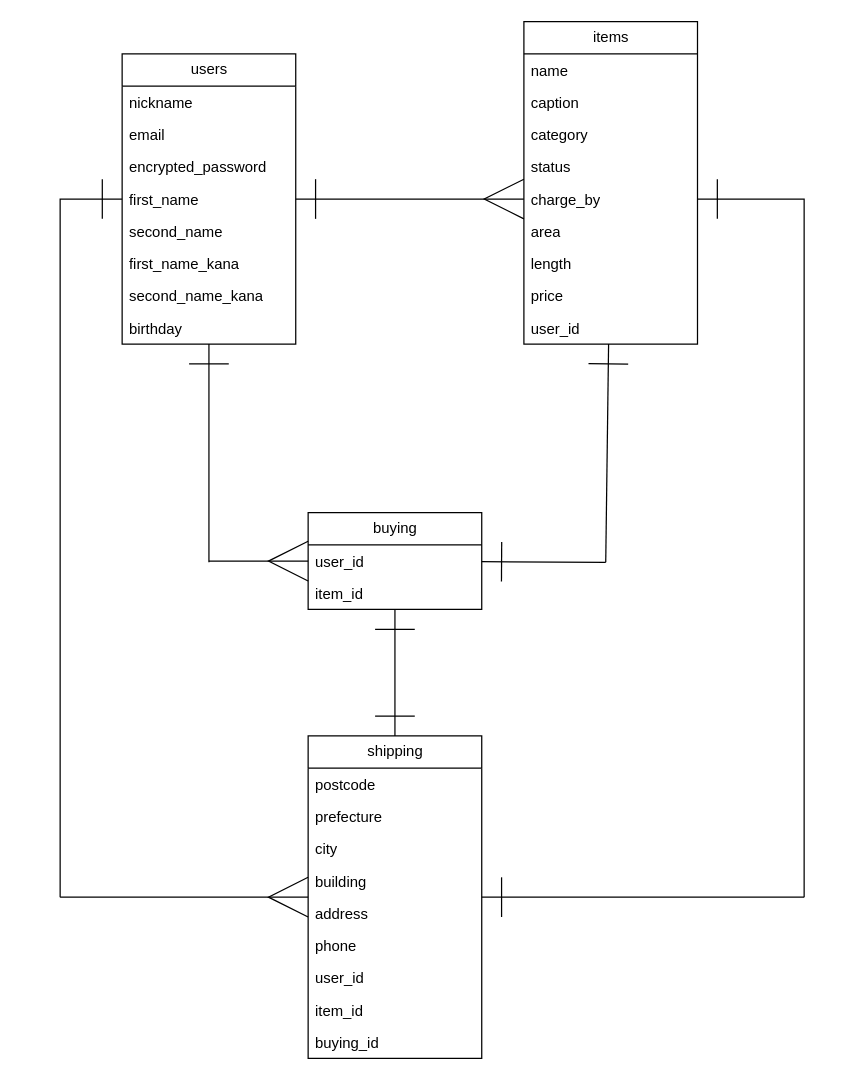
Earlier version of the draw.io diagram datebase.dio (YK1217/furima-42059). Source tidied: cells renumbered, new cells numbered last; positions are measured from the earlier drawing's top-left corner, leaving out a move shared by most shapes. Both pictures are drawn from the tidied source at 124%, with x=0, y=0 at pixel (60, 21).
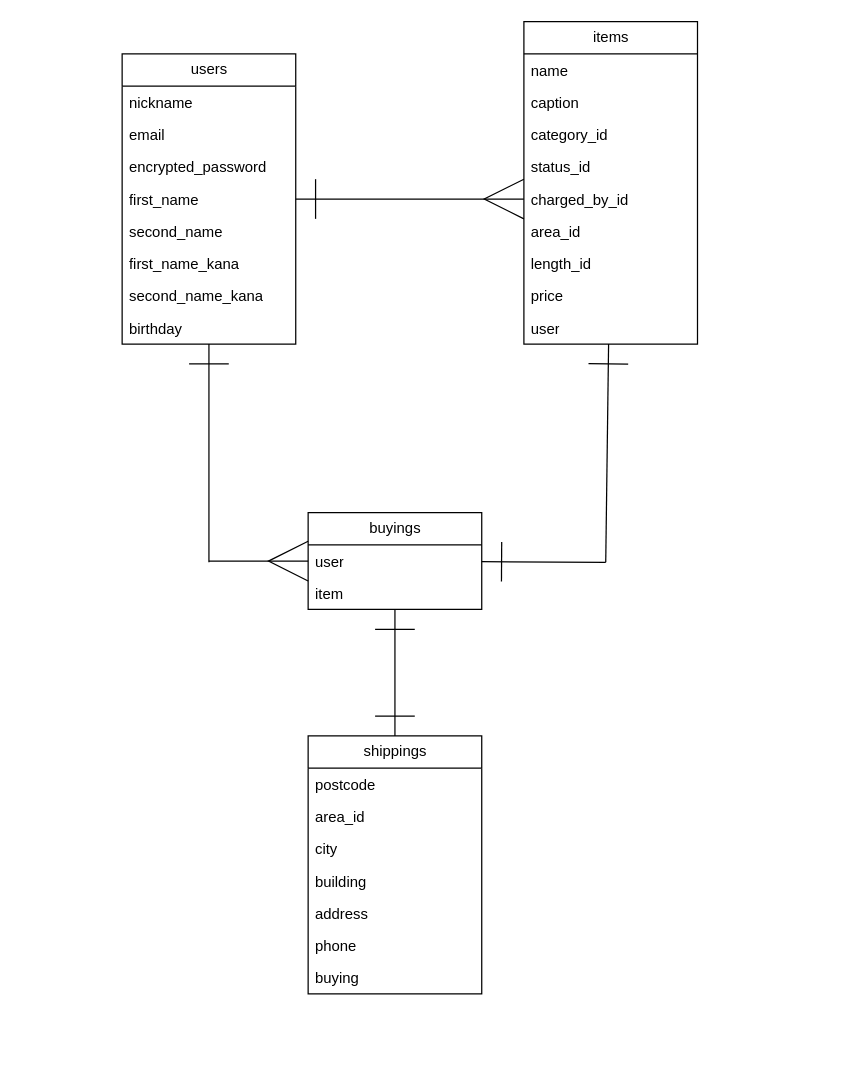
After the change.

Commit message (it also covers changes not shown here):
userモデルのアソシエーションの修正

The change refers to these unchanged cells:
```xml
<mxCell id="8" value="first_name" style="text;strokeColor=none;fillColor=none;align=left;verticalAlign=top;spacingLeft=4;spacingRight=4;overflow=hidden;points=[[0,0.5],[1,0.5]];portConstraint=eastwest;whiteSpace=wrap;html=1;" parent="4" vertex="1">
  <mxGeometry y="104" width="140" height="26" as="geometry" />
</mxCell>
<mxCell id="14" value="items" style="swimlane;fontStyle=0;horizontal=1;startSize=26;fillColor=none;html=1;" parent="1" vertex="1">
  <mxGeometry x="374" width="140" height="260" as="geometry" />
</mxCell>
```

What changed in the source:
```diff
@@
-    <mxCell id="17" value="category" style="text;strokeColor=none;fillColor=none;align=left;verticalAlign=top;spacingLeft=4;spacingRight=4;overflow=hidden;whiteSpace=wrap;html=1;" parent="14" vertex="1">
+    <mxCell id="17" value="category_id" style="text;strokeColor=none;fillColor=none;align=left;verticalAlign=top;spacingLeft=4;spacingRight=4;overflow=hidden;whiteSpace=wrap;html=1;" parent="14" vertex="1">
       <mxGeometry y="78" width="140" height="26" as="geometry" />
     </mxCell>
-    <mxCell id="18" value="status" style="text;strokeColor=none;fillColor=none;align=left;verticalAlign=top;spacingLeft=4;spacingRight=4;overflow=hidden;whiteSpace=wrap;html=1;" parent="14" vertex="1">
+    <mxCell id="18" value="status_id" style="text;strokeColor=none;fillColor=none;align=left;verticalAlign=top;spacingLeft=4;spacingRight=4;overflow=hidden;whiteSpace=wrap;html=1;" parent="14" vertex="1">
       <mxGeometry y="104" width="140" height="26" as="geometry" />
     </mxCell>
-    <mxCell id="19" value="charge_by" style="text;strokeColor=none;fillColor=none;align=left;verticalAlign=top;spacingLeft=4;spacingRight=4;overflow=hidden;points=[[0,0.5],[1,0.5]];portConstraint=eastwest;whiteSpace=wrap;html=1;" parent="14" vertex="1">
+    <mxCell id="19" value="charged_by_id" style="text;strokeColor=none;fillColor=none;align=left;verticalAlign=top;spacingLeft=4;spacingRight=4;overflow=hidden;points=[[0,0.5],[1,0.5]];portConstraint=eastwest;whiteSpace=wrap;html=1;" parent="14" vertex="1">
       <mxGeometry y="130" width="140" height="26" as="geometry" />
     </mxCell>
-    <mxCell id="20" value="area" style="text;strokeColor=none;fillColor=none;align=left;verticalAlign=top;spacingLeft=4;spacingRight=4;overflow=hidden;whiteSpace=wrap;html=1;" parent="14" vertex="1">
+    <mxCell id="20" value="area_id" style="text;strokeColor=none;fillColor=none;align=left;verticalAlign=top;spacingLeft=4;spacingRight=4;overflow=hidden;whiteSpace=wrap;html=1;" parent="14" vertex="1">
       <mxGeometry y="156" width="140" height="26" as="geometry" />
     </mxCell>
-    <mxCell id="21" value="length" style="text;strokeColor=none;fillColor=none;align=left;verticalAlign=top;spacingLeft=4;spacingRight=4;overflow=hidden;whiteSpace=wrap;html=1;" parent="14" vertex="1">
+    <mxCell id="21" value="length_id" style="text;strokeColor=none;fillColor=none;align=left;verticalAlign=top;spacingLeft=4;spacingRight=4;overflow=hidden;whiteSpace=wrap;html=1;" parent="14" vertex="1">
       <mxGeometry y="182" width="140" height="26" as="geometry" />
     </mxCell>
@@
-    <mxCell id="23" value="user_id" style="text;strokeColor=none;fillColor=none;align=left;verticalAlign=top;spacingLeft=4;spacingRight=4;overflow=hidden;whiteSpace=wrap;html=1;" parent="14" vertex="1">
+    <mxCell id="23" value="user" style="text;strokeColor=none;fillColor=none;align=left;verticalAlign=top;spacingLeft=4;spacingRight=4;overflow=hidden;whiteSpace=wrap;html=1;" parent="14" vertex="1">
       <mxGeometry y="234" width="140" height="26" as="geometry" />
     </mxCell>
@@
-    <mxCell id="26" value="buying" style="swimlane;fontStyle=0;horizontal=1;startSize=26;fillColor=none;html=1;" parent="1" vertex="1">
+    <mxCell id="26" value="buyings" style="swimlane;fontStyle=0;horizontal=1;startSize=26;fillColor=none;html=1;" parent="1" vertex="1">
       <mxGeometry x="200" y="396" width="140" height="78" as="geometry" />
     </mxCell>
@@
-    <mxCell id="28" value="user_id" style="text;strokeColor=none;fillColor=none;align=left;verticalAlign=top;spacingLeft=4;spacingRight=4;overflow=hidden;points=[[0,0.5],[1,0.5]];portConstraint=eastwest;whiteSpace=wrap;html=1;" parent="26" vertex="1">
+    <mxCell id="28" value="user" style="text;strokeColor=none;fillColor=none;align=left;verticalAlign=top;spacingLeft=4;spacingRight=4;overflow=hidden;points=[[0,0.5],[1,0.5]];portConstraint=eastwest;whiteSpace=wrap;html=1;" parent="26" vertex="1">
       <mxGeometry y="26" width="140" height="26" as="geometry" />
     </mxCell>
-    <mxCell id="29" value="item_id" style="text;strokeColor=none;fillColor=none;align=left;verticalAlign=top;spacingLeft=4;spacingRight=4;overflow=hidden;whiteSpace=wrap;html=1;" parent="26" vertex="1">
+    <mxCell id="29" value="item" style="text;strokeColor=none;fillColor=none;align=left;verticalAlign=top;spacingLeft=4;spacingRight=4;overflow=hidden;whiteSpace=wrap;html=1;" parent="26" vertex="1">
       <mxGeometry y="52" width="140" height="26" as="geometry" />
     </mxCell>
-    <mxCell id="30" style="edgeStyle=none;html=1;endArrow=none;endFill=0;startArrow=ERmany;startFill=0;startSize=30;" parent="1" edge="1" source="32">
-      <mxGeometry relative="1" as="geometry">
-        <mxPoint y="706" as="targetPoint" />
-      </mxGeometry>
-    </mxCell>
-    <mxCell id="31" style="edgeStyle=none;html=1;endArrow=none;endFill=0;startArrow=ERone;startFill=0;startSize=30;" parent="1" edge="1" source="32">
-      <mxGeometry relative="1" as="geometry">
-        <mxPoint x="600" y="706" as="targetPoint" />
-      </mxGeometry>
-    </mxCell>
-    <mxCell id="32" value="shipping" style="swimlane;fontStyle=0;horizontal=1;startSize=26;fillColor=none;html=1;" parent="1" vertex="1">
-      <mxGeometry x="200" y="576" width="140" height="260" as="geometry" />
+    <mxCell id="32" value="shippings" style="swimlane;fontStyle=0;horizontal=1;startSize=26;fillColor=none;html=1;" parent="1" vertex="1">
+      <mxGeometry x="200" y="576" width="140" height="208" as="geometry" />
     </mxCell>
@@
-    <mxCell id="34" value="prefecture" style="text;strokeColor=none;fillColor=none;align=left;verticalAlign=top;spacingLeft=4;spacingRight=4;overflow=hidden;whiteSpace=wrap;html=1;" parent="32" vertex="1">
+    <mxCell id="34" value="area_id" style="text;strokeColor=none;fillColor=none;align=left;verticalAlign=top;spacingLeft=4;spacingRight=4;overflow=hidden;whiteSpace=wrap;html=1;" parent="32" vertex="1">
       <mxGeometry y="52" width="140" height="26" as="geometry" />
     </mxCell>
@@
-    <mxCell id="39" value="user_id" style="text;strokeColor=none;fillColor=none;align=left;verticalAlign=top;spacingLeft=4;spacingRight=4;overflow=hidden;whiteSpace=wrap;html=1;" parent="32" vertex="1">
-      <mxGeometry y="182" width="140" height="26" as="geometry" />
-    </mxCell>
-    <mxCell id="40" value="item_id" style="text;strokeColor=none;fillColor=none;align=left;verticalAlign=top;spacingLeft=4;spacingRight=4;overflow=hidden;whiteSpace=wrap;html=1;" parent="32" vertex="1">
-      <mxGeometry y="208" width="140" height="26" as="geometry" />
-    </mxCell>
-    <mxCell id="41" value="buying_id" style="text;strokeColor=none;fillColor=none;align=left;verticalAlign=top;spacingLeft=4;spacingRight=4;overflow=hidden;whiteSpace=wrap;html=1;" parent="32" vertex="1">
-      <mxGeometry y="234" width="140" height="26" as="geometry" />
+    <mxCell id="41" value="buying" style="text;strokeColor=none;fillColor=none;align=left;verticalAlign=top;spacingLeft=4;spacingRight=4;overflow=hidden;whiteSpace=wrap;html=1;" parent="32" vertex="1">
+      <mxGeometry y="182" width="140" height="26" as="geometry" />
     </mxCell>
-    <mxCell id="42" style="endArrow=ERone;html=1;startArrow=none;startFill=0;endSize=30;endFill=0;rounded=0;curved=0;entryX=0;entryY=0.5;entryDx=0;entryDy=0;" parent="1" edge="1" target="8">
-      <mxGeometry relative="1" as="geometry">
-        <mxPoint y="706" as="sourcePoint" />
-        <Array as="points">
-          <mxPoint y="143" />
-        </Array>
-      </mxGeometry>
-    </mxCell>
-    <mxCell id="43" style="endArrow=none;html=1;exitX=1;exitY=0.5;exitDx=0;exitDy=0;startArrow=ERone;startFill=0;rounded=0;curved=0;startSize=30;" parent="1" edge="1" source="19">
-      <mxGeometry relative="1" as="geometry">
-        <mxPoint x="600" y="706" as="targetPoint" />
-        <Array as="points">
-          <mxPoint x="600" y="143" />
-        </Array>
-      </mxGeometry>
-    </mxCell>
```
